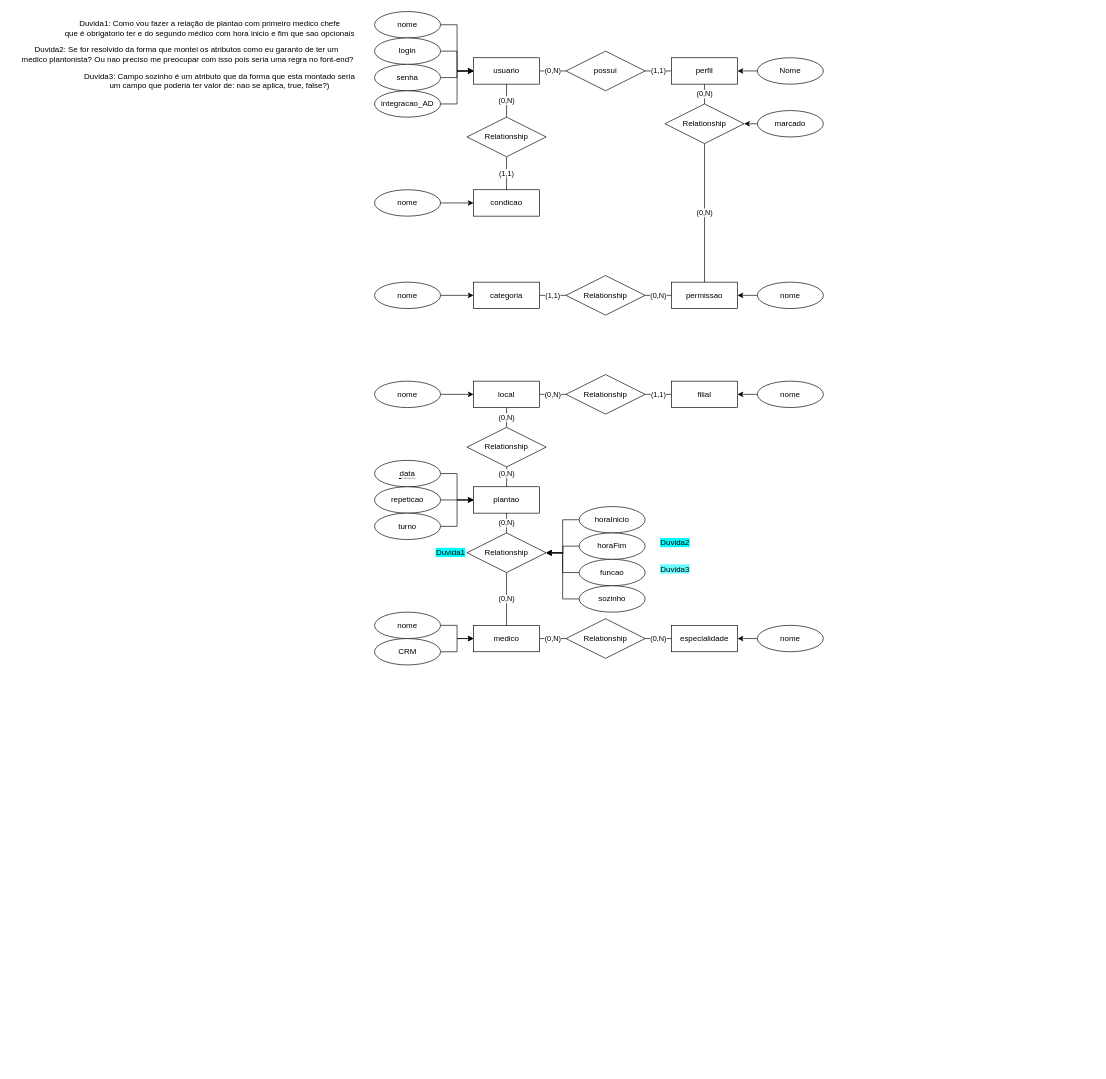
This is Diagrama sem nome.drawio from diogoOLima/estudosAngular, a draw.io file, before an edit. Source tidied: cells renumbered, new cells numbered last; positions are measured from the earlier drawing's top-left corner, leaving out a move shared by most shapes. Both pictures are drawn from the tidied source at 66%, with x=0, y=0 at pixel (11, 11).
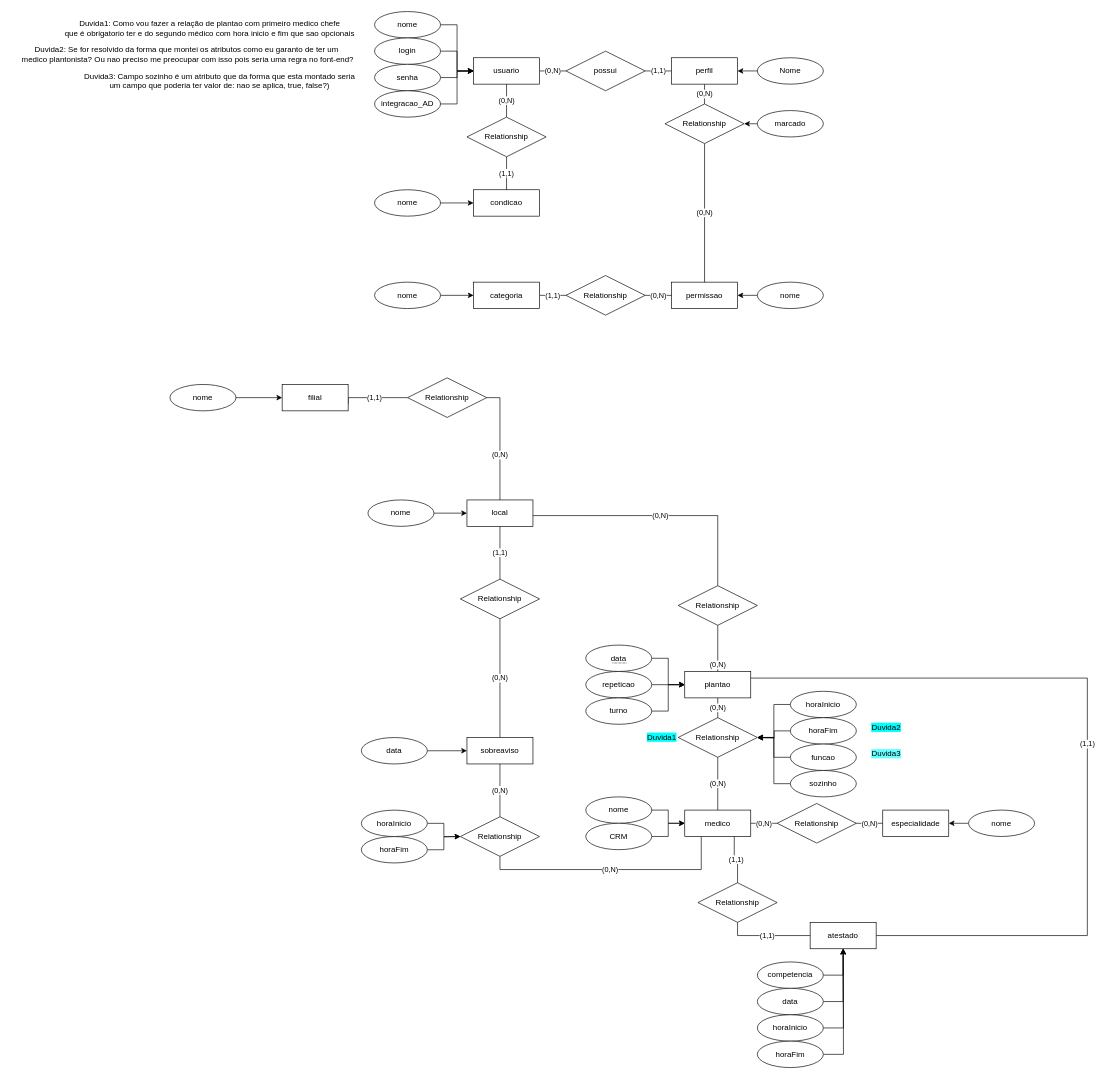
The same page after the edit.

Change to the diagram source:
```diff
@@
-    <mxCell id="31" value="(0,N)" style="edgeStyle=orthogonalEdgeStyle;rounded=0;jettySize=auto;html=1;exitX=1;exitY=0.5;exitDx=0;exitDy=0;entryX=0;entryY=0.5;entryDx=0;entryDy=0;endArrow=none;endFill=0;" parent="1" edge="1" source="32" target="36">
-      <mxGeometry relative="1" as="geometry" />
+    <mxCell id="31" value="(0,N)" style="edgeStyle=orthogonalEdgeStyle;rounded=0;jettySize=auto;html=1;exitX=0.5;exitY=1;exitDx=0;exitDy=0;entryX=1;entryY=0.5;entryDx=0;entryDy=0;endArrow=none;endFill=0;" parent="1" edge="1" source="32" target="36">
+      <mxGeometry relative="1" as="geometry">
+        <Array as="points">
+          <mxPoint x="740" y="585" />
+        </Array>
+      </mxGeometry>
     </mxCell>
+    <mxCell id="84" value="(1,1)" style="edgeStyle=orthogonalEdgeStyle;rounded=0;jettySize=auto;html=1;exitX=0.5;exitY=1;exitDx=0;exitDy=0;entryX=0.5;entryY=0;entryDx=0;entryDy=0;endArrow=none;endFill=0;" parent="1" edge="1" source="32" target="89">
+      <mxGeometry relative="1" as="geometry" />
+    </mxCell>
     <mxCell id="32" value="local" style="whiteSpace=wrap;html=1;align=center;" parent="1" vertex="1">
-      <mxGeometry x="700" y="560" width="100" height="40" as="geometry" />
+      <mxGeometry x="690" y="740" width="100" height="40" as="geometry" />
     </mxCell>
@@
     <mxCell id="34" value="nome" style="ellipse;whiteSpace=wrap;html=1;align=center;" parent="1" vertex="1">
-      <mxGeometry x="550" y="560" width="100" height="40" as="geometry" />
+      <mxGeometry x="540" y="740" width="100" height="40" as="geometry" />
     </mxCell>
-    <mxCell id="35" value="(1,1)" style="edgeStyle=orthogonalEdgeStyle;rounded=0;jettySize=auto;html=1;exitX=1;exitY=0.5;exitDx=0;exitDy=0;entryX=0;entryY=0.5;entryDx=0;entryDy=0;endArrow=none;endFill=0;" parent="1" edge="1" source="36" target="37">
-      <mxGeometry relative="1" as="geometry" />
+    <mxCell id="35" value="(1,1)" style="edgeStyle=orthogonalEdgeStyle;rounded=0;jettySize=auto;html=1;exitX=0;exitY=0.5;exitDx=0;exitDy=0;entryX=1;entryY=0.75;entryDx=0;entryDy=0;endArrow=none;endFill=0;" parent="1" edge="1" source="36" target="37">
+      <mxGeometry relative="1" as="geometry">
+        <Array as="points">
+          <mxPoint x="510" y="585" />
+        </Array>
+      </mxGeometry>
     </mxCell>
     <mxCell id="36" value="Relationship" style="shape=rhombus;perimeter=rhombusPerimeter;whiteSpace=wrap;html=1;align=center;" parent="1" vertex="1">
-      <mxGeometry x="840" y="550" width="120" height="60" as="geometry" />
+      <mxGeometry x="600" y="555" width="120" height="60" as="geometry" />
     </mxCell>
     <mxCell id="37" value="filial" style="whiteSpace=wrap;html=1;align=center;" parent="1" vertex="1">
-      <mxGeometry x="1000" y="560" width="100" height="40" as="geometry" />
+      <mxGeometry x="410" y="565" width="100" height="40" as="geometry" />
     </mxCell>
-    <mxCell id="38" style="edgeStyle=orthogonalEdgeStyle;rounded=0;jettySize=auto;html=1;exitX=0;exitY=0.5;exitDx=0;exitDy=0;entryX=1;entryY=0.5;entryDx=0;entryDy=0;" parent="1" edge="1" source="39" target="37">
-      <mxGeometry relative="1" as="geometry" />
+    <mxCell id="38" style="edgeStyle=orthogonalEdgeStyle;rounded=0;jettySize=auto;html=1;exitX=1;exitY=0.5;exitDx=0;exitDy=0;" parent="1" edge="1" source="39">
+      <mxGeometry relative="1" as="geometry">
+        <mxPoint x="410" y="585" as="targetPoint" />
+      </mxGeometry>
     </mxCell>
     <mxCell id="39" value="nome" style="ellipse;whiteSpace=wrap;html=1;align=center;" parent="1" vertex="1">
-      <mxGeometry x="1130" y="560" width="100" height="40" as="geometry" />
+      <mxGeometry x="240" y="565" width="100" height="40" as="geometry" />
     </mxCell>
@@
+    <mxCell id="85" value="(0,N)" style="edgeStyle=orthogonalEdgeStyle;rounded=0;jettySize=auto;html=1;exitX=0.25;exitY=1;exitDx=0;exitDy=0;entryX=0.5;entryY=1;entryDx=0;entryDy=0;endArrow=none;endFill=0;" parent="1" edge="1" source="48" target="93">
+      <mxGeometry relative="1" as="geometry" />
+    </mxCell>
+    <mxCell id="86" value="(1,1)" style="edgeStyle=orthogonalEdgeStyle;rounded=0;jettySize=auto;html=1;entryX=0.5;entryY=0;entryDx=0;entryDy=0;exitX=0.75;exitY=1;exitDx=0;exitDy=0;endArrow=none;endFill=0;" parent="1" edge="1" source="48" target="109">
+      <mxGeometry relative="1" as="geometry" />
+    </mxCell>
     <mxCell id="48" value="medico" style="whiteSpace=wrap;html=1;align=center;" parent="1" vertex="1">
-      <mxGeometry x="700" y="930" width="100" height="40" as="geometry" />
+      <mxGeometry x="1020" y="1209.9" width="100" height="40" as="geometry" />
     </mxCell>
@@
     <mxCell id="50" value="nome" style="ellipse;whiteSpace=wrap;html=1;align=center;" parent="1" vertex="1">
-      <mxGeometry x="550" y="910" width="100" height="40" as="geometry" />
+      <mxGeometry x="870" y="1189.9" width="100" height="40" as="geometry" />
     </mxCell>
@@
     <mxCell id="52" value="CRM" style="ellipse;whiteSpace=wrap;html=1;align=center;" parent="1" vertex="1">
-      <mxGeometry x="550" y="950" width="100" height="40" as="geometry" />
+      <mxGeometry x="870" y="1229.9" width="100" height="40" as="geometry" />
     </mxCell>
     <mxCell id="53" value="Relationship" style="shape=rhombus;perimeter=rhombusPerimeter;whiteSpace=wrap;html=1;align=center;" parent="1" vertex="1">
-      <mxGeometry x="840" y="920" width="120" height="60" as="geometry" />
+      <mxGeometry x="1160" y="1199.9" width="120" height="60" as="geometry" />
     </mxCell>
@@
     <mxCell id="55" value="especialidade" style="whiteSpace=wrap;html=1;align=center;" parent="1" vertex="1">
-      <mxGeometry x="1000" y="930" width="100" height="40" as="geometry" />
+      <mxGeometry x="1320" y="1209.9" width="100" height="40" as="geometry" />
     </mxCell>
@@
     <mxCell id="57" value="nome" style="ellipse;whiteSpace=wrap;html=1;align=center;" parent="1" vertex="1">
-      <mxGeometry x="1130" y="930" width="100" height="40" as="geometry" />
+      <mxGeometry x="1450" y="1209.9" width="100" height="40" as="geometry" />
     </mxCell>
     <mxCell id="58" value="plantao" style="whiteSpace=wrap;html=1;align=center;" parent="1" vertex="1">
-      <mxGeometry x="700" y="720" width="100" height="40" as="geometry" />
+      <mxGeometry x="1020" y="999.9" width="100" height="40" as="geometry" />
     </mxCell>
@@
     <mxCell id="60" value="&lt;span style=&quot;border-bottom: 1px dotted&quot;&gt;data&lt;/span&gt;" style="ellipse;whiteSpace=wrap;html=1;align=center;" parent="1" vertex="1">
-      <mxGeometry x="550" y="680" width="100" height="40" as="geometry" />
+      <mxGeometry x="870" y="959.9" width="100" height="40" as="geometry" />
     </mxCell>
     <mxCell id="61" style="edgeStyle=orthogonalEdgeStyle;rounded=0;jettySize=auto;html=1;exitX=1;exitY=0.5;exitDx=0;exitDy=0;" parent="1" edge="1" source="62">
       <mxGeometry relative="1" as="geometry">
-        <mxPoint x="700" y="740" as="targetPoint" />
+        <mxPoint x="1020" y="1019.9" as="targetPoint" />
       </mxGeometry>
     </mxCell>
     <mxCell id="62" value="repeticao" style="ellipse;whiteSpace=wrap;html=1;align=center;" parent="1" vertex="1">
-      <mxGeometry x="550" y="720" width="100" height="40" as="geometry" />
+      <mxGeometry x="870" y="999.9" width="100" height="40" as="geometry" />
     </mxCell>
@@
     <mxCell id="64" value="turno" style="ellipse;whiteSpace=wrap;html=1;align=center;" parent="1" vertex="1">
-      <mxGeometry x="550" y="760" width="100" height="40" as="geometry" />
+      <mxGeometry x="870" y="1039.9" width="100" height="40" as="geometry" />
     </mxCell>
-    <mxCell id="65" value="(0,N)" style="edgeStyle=orthogonalEdgeStyle;rounded=0;jettySize=auto;html=1;exitX=0.5;exitY=0;exitDx=0;exitDy=0;entryX=0.5;entryY=1;entryDx=0;entryDy=0;endArrow=none;endFill=0;" parent="1" edge="1" source="67" target="32">
-      <mxGeometry relative="1" as="geometry" />
+    <mxCell id="65" value="(0,N)" style="edgeStyle=orthogonalEdgeStyle;rounded=0;jettySize=auto;html=1;exitX=0.5;exitY=0;exitDx=0;exitDy=0;entryX=0.999;entryY=0.593;entryDx=0;entryDy=0;endArrow=none;endFill=0;entryPerimeter=0;" parent="1" edge="1" source="67" target="32">
+      <mxGeometry relative="1" as="geometry">
+        <Array as="points">
+          <mxPoint x="1070" y="764" />
+        </Array>
+      </mxGeometry>
     </mxCell>
-    <mxCell id="66" value="(0,N)" style="edgeStyle=orthogonalEdgeStyle;rounded=0;jettySize=auto;html=1;exitX=0.5;exitY=1;exitDx=0;exitDy=0;endArrow=none;endFill=0;" parent="1" edge="1" target="58">
-      <mxGeometry relative="1" as="geometry">
-        <mxPoint x="750" y="680" as="sourcePoint" />
+    <mxCell id="66" value="(0,N)" style="edgeStyle=orthogonalEdgeStyle;rounded=0;jettySize=auto;html=1;endArrow=none;endFill=0;exitX=0.5;exitY=1;exitDx=0;exitDy=0;" parent="1" edge="1" source="67" target="58">
+      <mxGeometry x="0.7" relative="1" as="geometry">
+        <Array as="points">
+          <mxPoint x="1070" y="940" />
+          <mxPoint x="1070" y="940" />
+        </Array>
       </mxGeometry>
     </mxCell>
     <mxCell id="67" value="Relationship" style="shape=rhombus;perimeter=rhombusPerimeter;whiteSpace=wrap;html=1;align=center;" parent="1" vertex="1">
-      <mxGeometry x="690" y="630" width="120" height="60" as="geometry" />
+      <mxGeometry x="1010" y="869.9" width="120" height="60" as="geometry" />
     </mxCell>
@@
     <mxCell id="69" value="Relationship" style="shape=rhombus;perimeter=rhombusPerimeter;whiteSpace=wrap;html=1;align=center;" parent="1" vertex="1">
-      <mxGeometry x="690" y="790" width="120" height="60" as="geometry" />
+      <mxGeometry x="1010" y="1069.9" width="120" height="60" as="geometry" />
     </mxCell>
     <mxCell id="70" value="&lt;span style=&quot;background-color: rgb(0, 255, 255);&quot;&gt;Duvida1&lt;/span&gt;" style="text;html=1;align=center;verticalAlign=middle;strokeColor=none;fillColor=none;" parent="1" vertex="1">
-      <mxGeometry x="630" y="805" width="70" height="30" as="geometry" />
+      <mxGeometry x="950" y="1084.9" width="70" height="30" as="geometry" />
     </mxCell>
@@
     <mxCell id="73" value="horaInicio" style="ellipse;whiteSpace=wrap;html=1;align=center;" parent="1" vertex="1">
-      <mxGeometry x="860" y="750" width="100" height="40" as="geometry" />
+      <mxGeometry x="1180" y="1029.9" width="100" height="40" as="geometry" />
     </mxCell>
     <mxCell id="74" style="edgeStyle=orthogonalEdgeStyle;rounded=0;jettySize=auto;html=1;exitX=0;exitY=0.5;exitDx=0;exitDy=0;" parent="1" edge="1" source="75">
       <mxGeometry relative="1" as="geometry">
-        <mxPoint x="810" y="820.4" as="targetPoint" />
+        <mxPoint x="1130" y="1100.3" as="targetPoint" />
       </mxGeometry>
     </mxCell>
     <mxCell id="75" value="horaFim" style="ellipse;whiteSpace=wrap;html=1;align=center;" parent="1" vertex="1">
-      <mxGeometry x="860" y="790" width="100" height="40" as="geometry" />
+      <mxGeometry x="1180" y="1069.9" width="100" height="40" as="geometry" />
     </mxCell>
@@
     <mxCell id="77" value="funcao" style="ellipse;whiteSpace=wrap;html=1;align=center;" parent="1" vertex="1">
-      <mxGeometry x="860" y="830" width="100" height="40" as="geometry" />
+      <mxGeometry x="1180" y="1109.9" width="100" height="40" as="geometry" />
     </mxCell>
     <mxCell id="78" value="&lt;span style=&quot;background-color: rgb(0, 255, 255);&quot;&gt;Duvida2&lt;/span&gt;" style="text;html=1;align=center;verticalAlign=middle;strokeColor=none;fillColor=none;" parent="1" vertex="1">
-      <mxGeometry x="970" y="790" width="70" height="30" as="geometry" />
+      <mxGeometry x="1290" y="1069.9" width="70" height="30" as="geometry" />
     </mxCell>
@@
     <mxCell id="81" value="sozinho" style="ellipse;whiteSpace=wrap;html=1;align=center;" parent="1" vertex="1">
-      <mxGeometry x="860" y="870" width="100" height="40" as="geometry" />
+      <mxGeometry x="1180" y="1149.9" width="100" height="40" as="geometry" />
     </mxCell>
     <mxCell id="82" value="&lt;span style=&quot;background-color: rgb(102, 255, 255);&quot;&gt;Duvida3&lt;/span&gt;" style="text;html=1;align=center;verticalAlign=middle;strokeColor=none;fillColor=none;" parent="1" vertex="1">
-      <mxGeometry x="970" y="830" width="70" height="30" as="geometry" />
+      <mxGeometry x="1290" y="1109.9" width="70" height="30" as="geometry" />
     </mxCell>
@@
+    <mxCell id="87" value="sobreaviso" style="whiteSpace=wrap;html=1;align=center;" parent="1" vertex="1">
+      <mxGeometry x="690" y="1100" width="100" height="40" as="geometry" />
+    </mxCell>
+    <mxCell id="88" value="(0,N)" style="edgeStyle=orthogonalEdgeStyle;rounded=0;jettySize=auto;html=1;exitX=0.5;exitY=1;exitDx=0;exitDy=0;entryX=0.5;entryY=0;entryDx=0;entryDy=0;endArrow=none;endFill=0;" parent="1" edge="1" source="89" target="87">
+      <mxGeometry relative="1" as="geometry" />
+    </mxCell>
+    <mxCell id="89" value="Relationship" style="shape=rhombus;perimeter=rhombusPerimeter;whiteSpace=wrap;html=1;align=center;" parent="1" vertex="1">
+      <mxGeometry x="680" y="860" width="120" height="60" as="geometry" />
+    </mxCell>
+    <mxCell id="90" style="edgeStyle=orthogonalEdgeStyle;rounded=0;jettySize=auto;html=1;exitX=1;exitY=0.5;exitDx=0;exitDy=0;" parent="1" edge="1" source="91" target="87">
+      <mxGeometry relative="1" as="geometry" />
+    </mxCell>
+    <mxCell id="91" value="data" style="ellipse;whiteSpace=wrap;html=1;align=center;" parent="1" vertex="1">
+      <mxGeometry x="530" y="1100" width="100" height="40" as="geometry" />
+    </mxCell>
+    <mxCell id="92" value="(0,N)" style="edgeStyle=orthogonalEdgeStyle;rounded=0;jettySize=auto;html=1;exitX=0.5;exitY=0;exitDx=0;exitDy=0;entryX=0.5;entryY=1;entryDx=0;entryDy=0;endArrow=none;endFill=0;" parent="1" edge="1" source="93" target="87">
+      <mxGeometry relative="1" as="geometry" />
+    </mxCell>
+    <mxCell id="93" value="Relationship" style="shape=rhombus;perimeter=rhombusPerimeter;whiteSpace=wrap;html=1;align=center;" parent="1" vertex="1">
+      <mxGeometry x="680" y="1220" width="120" height="60" as="geometry" />
+    </mxCell>
+    <mxCell id="94" style="edgeStyle=orthogonalEdgeStyle;rounded=0;jettySize=auto;html=1;exitX=1;exitY=0.5;exitDx=0;exitDy=0;entryX=0;entryY=0.5;entryDx=0;entryDy=0;" parent="1" edge="1" source="95" target="93">
+      <mxGeometry relative="1" as="geometry" />
+    </mxCell>
+    <mxCell id="95" value="horaInicio" style="ellipse;whiteSpace=wrap;html=1;align=center;" parent="1" vertex="1">
+      <mxGeometry x="530" y="1210" width="100" height="40" as="geometry" />
+    </mxCell>
+    <mxCell id="96" style="edgeStyle=orthogonalEdgeStyle;rounded=0;jettySize=auto;html=1;exitX=1;exitY=0.5;exitDx=0;exitDy=0;" parent="1" edge="1" source="97">
+      <mxGeometry relative="1" as="geometry">
+        <mxPoint x="680" y="1250" as="targetPoint" />
+      </mxGeometry>
+    </mxCell>
+    <mxCell id="97" value="horaFim" style="ellipse;whiteSpace=wrap;html=1;align=center;" parent="1" vertex="1">
+      <mxGeometry x="530" y="1250" width="100" height="40" as="geometry" />
+    </mxCell>
+    <mxCell id="98" value="(1,1)" style="edgeStyle=orthogonalEdgeStyle;rounded=0;jettySize=auto;html=1;exitX=1;exitY=0.5;exitDx=0;exitDy=0;entryX=1;entryY=0.25;entryDx=0;entryDy=0;endArrow=none;endFill=0;" parent="1" edge="1" source="99" target="58">
+      <mxGeometry relative="1" as="geometry">
+        <Array as="points">
+          <mxPoint x="1630" y="1400" />
+          <mxPoint x="1630" y="1010" />
+        </Array>
+      </mxGeometry>
+    </mxCell>
+    <mxCell id="99" value="atestado" style="whiteSpace=wrap;html=1;align=center;" parent="1" vertex="1">
+      <mxGeometry x="1210" y="1380" width="100" height="40" as="geometry" />
+    </mxCell>
+    <mxCell id="100" style="edgeStyle=orthogonalEdgeStyle;rounded=0;jettySize=auto;html=1;exitX=1;exitY=0.5;exitDx=0;exitDy=0;entryX=0.5;entryY=1;entryDx=0;entryDy=0;" parent="1" edge="1" source="101" target="99">
+      <mxGeometry relative="1" as="geometry" />
+    </mxCell>
+    <mxCell id="101" value="competencia" style="ellipse;whiteSpace=wrap;html=1;align=center;" parent="1" vertex="1">
+      <mxGeometry x="1130" y="1440" width="100" height="40" as="geometry" />
+    </mxCell>
+    <mxCell id="102" style="edgeStyle=orthogonalEdgeStyle;rounded=0;jettySize=auto;html=1;exitX=1;exitY=0.5;exitDx=0;exitDy=0;entryX=0.5;entryY=1;entryDx=0;entryDy=0;" parent="1" edge="1" source="103" target="99">
+      <mxGeometry relative="1" as="geometry" />
+    </mxCell>
+    <mxCell id="103" value="data" style="ellipse;whiteSpace=wrap;html=1;align=center;" parent="1" vertex="1">
+      <mxGeometry x="1130" y="1480" width="100" height="40" as="geometry" />
+    </mxCell>
+    <mxCell id="104" style="edgeStyle=orthogonalEdgeStyle;rounded=0;jettySize=auto;html=1;exitX=1;exitY=0.5;exitDx=0;exitDy=0;" parent="1" edge="1" source="105">
+      <mxGeometry relative="1" as="geometry">
+        <mxPoint x="1260" y="1420" as="targetPoint" />
+      </mxGeometry>
+    </mxCell>
+    <mxCell id="105" value="horaInicio" style="ellipse;whiteSpace=wrap;html=1;align=center;" parent="1" vertex="1">
+      <mxGeometry x="1130" y="1520" width="100" height="40" as="geometry" />
+    </mxCell>
+    <mxCell id="106" style="edgeStyle=orthogonalEdgeStyle;rounded=0;jettySize=auto;html=1;exitX=1;exitY=0.5;exitDx=0;exitDy=0;" parent="1" edge="1" source="107">
+      <mxGeometry relative="1" as="geometry">
+        <mxPoint x="1260" y="1420" as="targetPoint" />
+      </mxGeometry>
+    </mxCell>
+    <mxCell id="107" value="horaFim" style="ellipse;whiteSpace=wrap;html=1;align=center;" parent="1" vertex="1">
+      <mxGeometry x="1130" y="1560" width="100" height="40" as="geometry" />
+    </mxCell>
+    <mxCell id="108" value="(1,1)" style="edgeStyle=orthogonalEdgeStyle;rounded=0;jettySize=auto;html=1;exitX=0.5;exitY=1;exitDx=0;exitDy=0;entryX=0;entryY=0.5;entryDx=0;entryDy=0;endArrow=none;endFill=0;" parent="1" edge="1" source="109" target="99">
+      <mxGeometry relative="1" as="geometry" />
+    </mxCell>
+    <mxCell id="109" value="Relationship" style="shape=rhombus;perimeter=rhombusPerimeter;whiteSpace=wrap;html=1;align=center;" parent="1" vertex="1">
+      <mxGeometry x="1040" y="1320" width="120" height="60" as="geometry" />
+    </mxCell>
```
